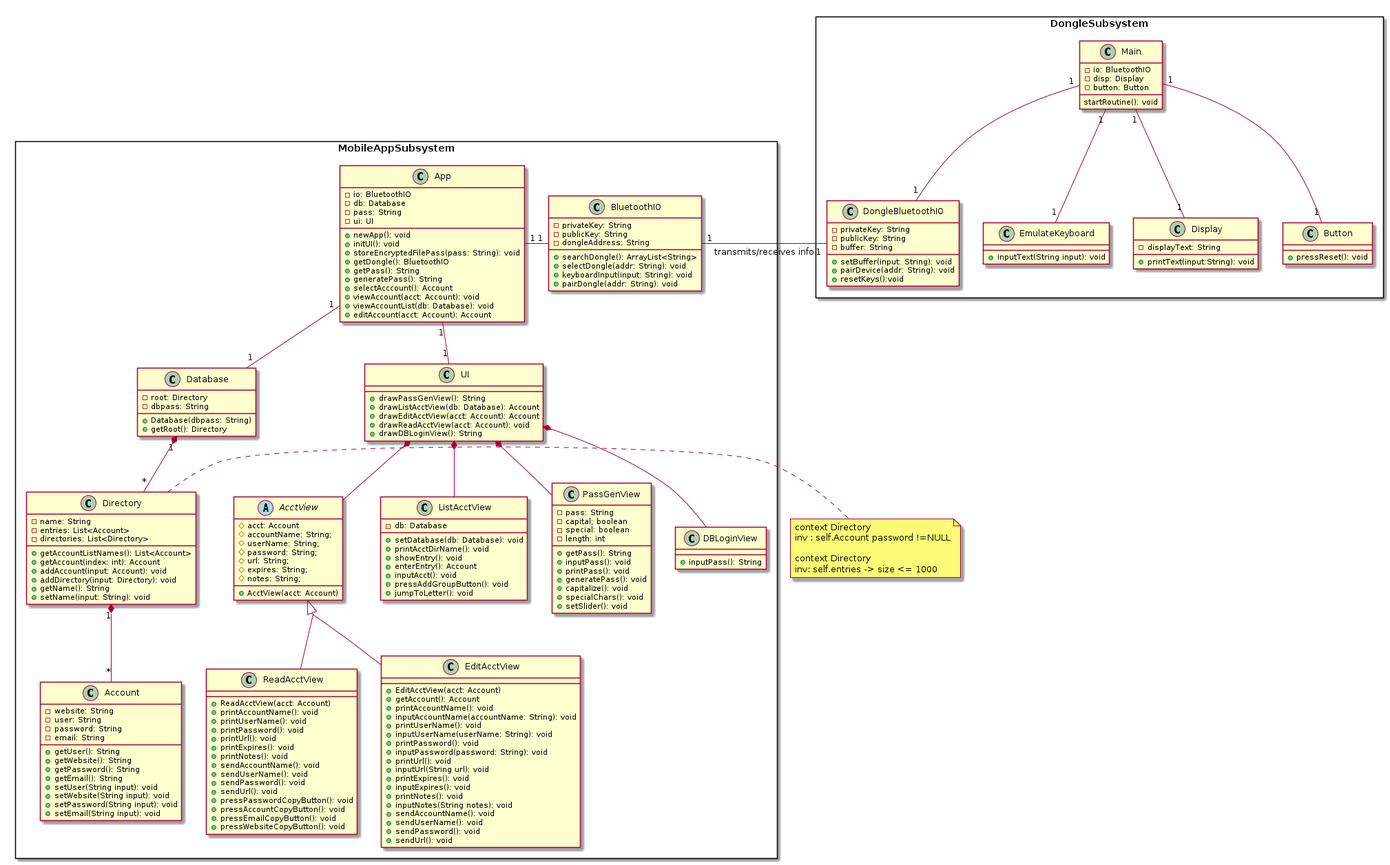
This is docs/diag/group/class1.png from gentmantan/cen4010groupproject, a PlantUML export, as it was before one commit.
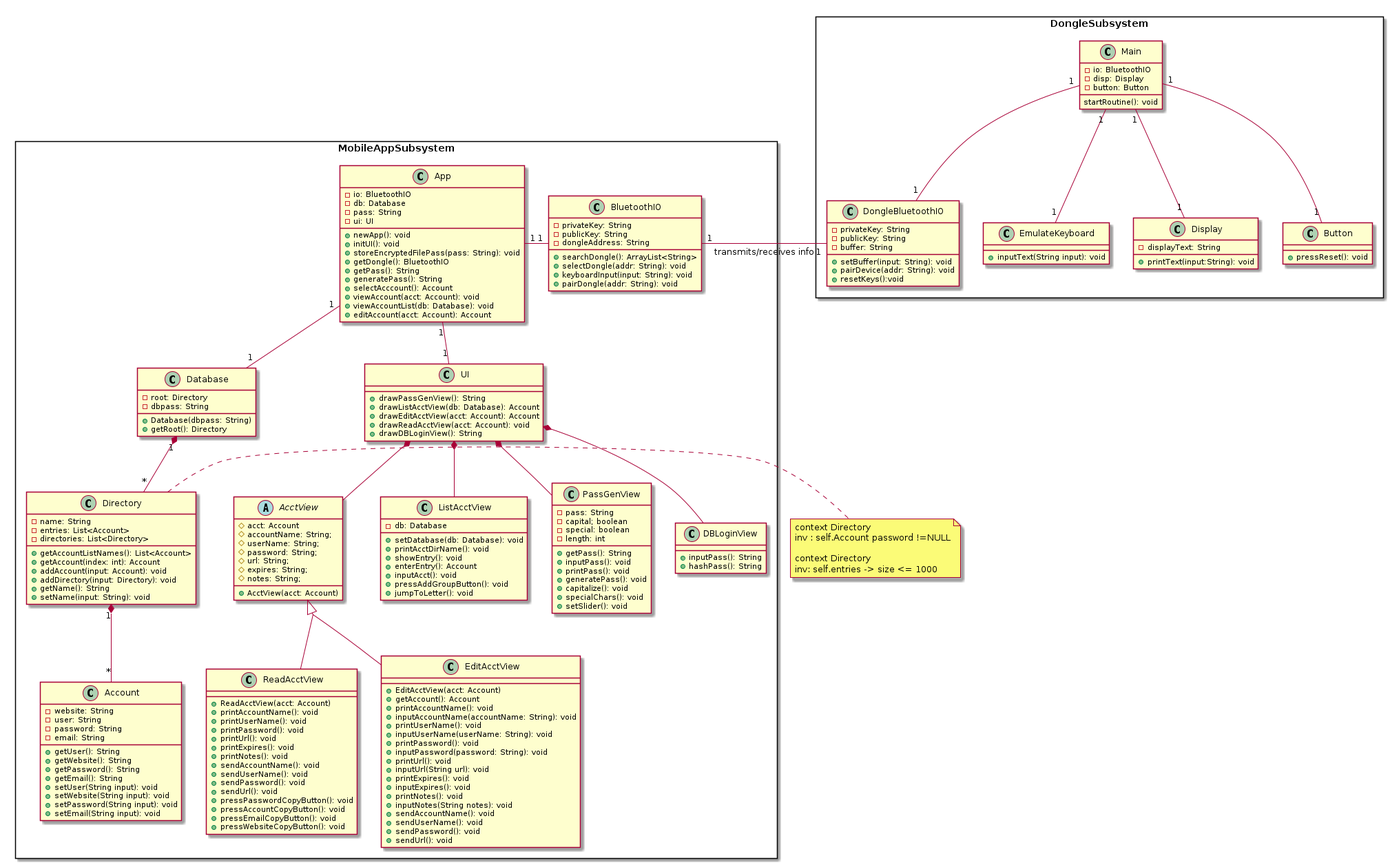
Above is the later version.

Commit message:
Added fourth and fifth object diagrams

Diff of the diagram source:
```diff
@@ -108,7 +108,8 @@
     }
 
     class DBLoginView{
-      +inputPass(): String
+        +inputPass(): String
+        +hashPass(): String
     }
 
     class ReadAcctView{
```
